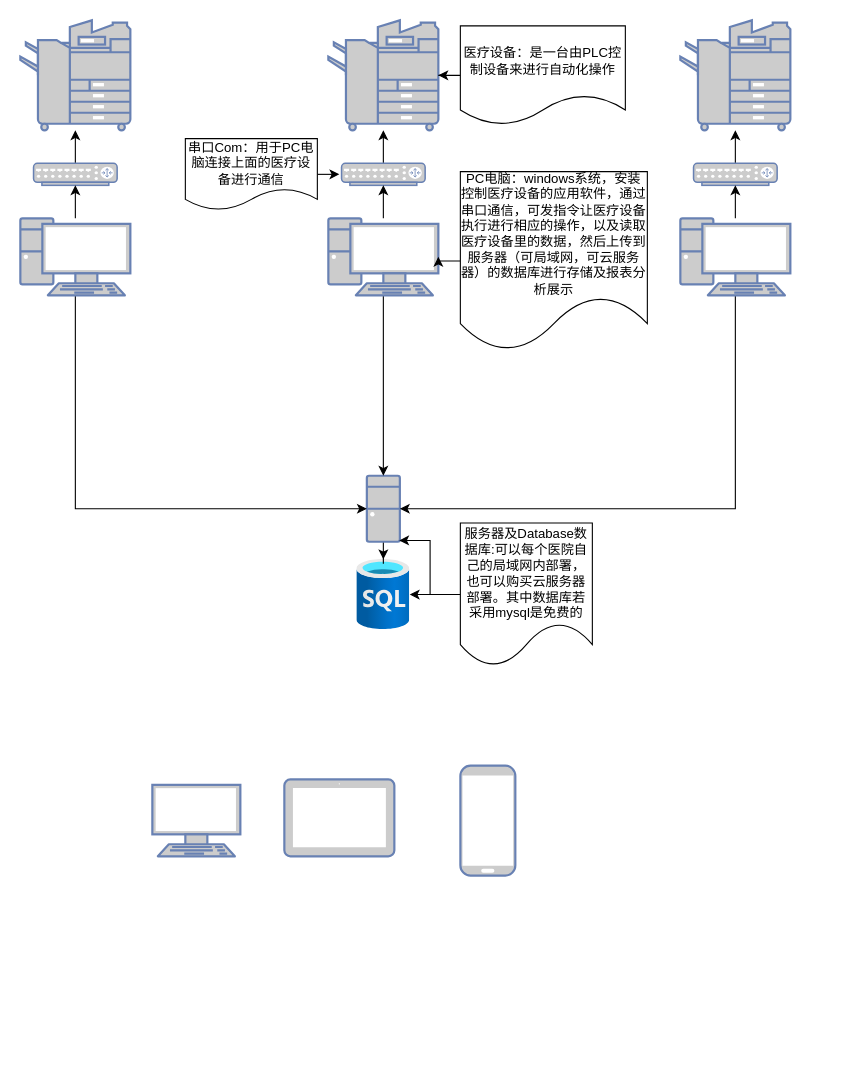
yangtech555/diagrams keeps this draw.io diagram as project/医疗器械系统.drawio. Above is the earlier version. Source tidied: cells renumbered, new cells numbered last; positions are measured from the earlier drawing's top-left corner, leaving out a move shared by most shapes. Both pictures are drawn from the tidied source at 110%, with x=0, y=0 at pixel (20, 20).
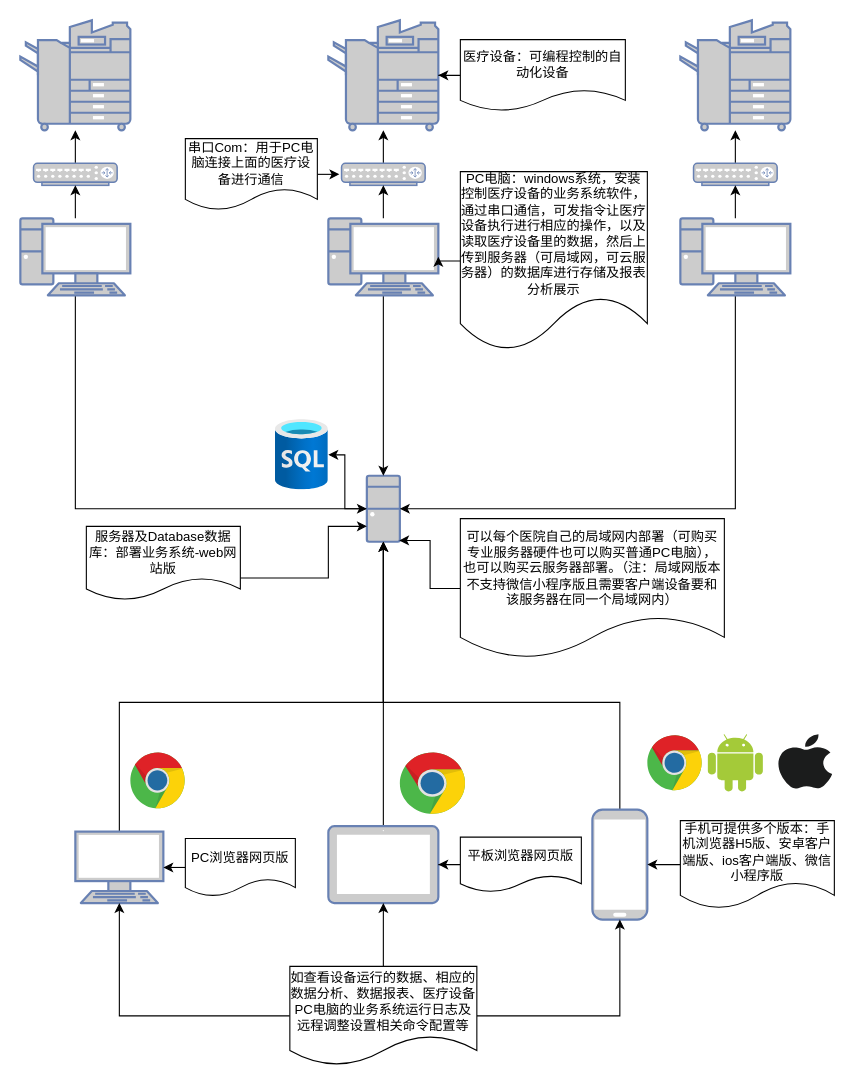
Above is the later version.

Commit message:
更新医疗器械系统.drawio

The change refers to these unchanged cells:
```xml
<mxCell id="7" style="fontColor=#0066CC;verticalAlign=top;verticalLabelPosition=bottom;labelPosition=center;align=center;html=1;outlineConnect=0;fillColor=#CCCCCC;strokeColor=#6881B3;gradientColor=none;gradientDirection=north;strokeWidth=2;shape=mxgraph.networks.desktop_pc;" parent="1" vertex="1">
  <mxGeometry x="315" y="414" width="30" height="60" as="geometry" />
</mxCell>
```

Diff of the diagram source:
```diff
@@
     <mxCell id="5" style="html=1;points=[];align=center;image;fontSize=12;image=img/lib/azure2/databases/SQL_Database.svg;" parent="1" vertex="1">
-      <mxGeometry x="306" y="490" width="48" height="64" as="geometry" />
+      <mxGeometry x="232" y="363" width="48" height="64" as="geometry" />
     </mxCell>
@@
-    <mxCell id="12" value="医疗设备：是一台由PLC控制设备来进行自动化操作" style="shape=document;whiteSpace=wrap;html=1;boundedLbl=1;" parent="1" vertex="1">
-      <mxGeometry x="400" y="5" width="150" height="90" as="geometry" />
+    <mxCell id="12" value="医疗设备：可编程控制的自动化设备" style="shape=document;whiteSpace=wrap;html=1;boundedLbl=1;" parent="1" vertex="1">
+      <mxGeometry x="400" y="17.5" width="150" height="65" as="geometry" />
     </mxCell>
@@
-    <mxCell id="16" value="PC电脑：windows系统，安装控制医疗设备的应用软件，通过串口通信，可发指令让医疗设备执行进行相应的操作，以及读取医疗设备里的数据，然后上传到服务器（可局域网，可云服务器）的数据库进行存储及报表分析展示" style="shape=document;whiteSpace=wrap;html=1;boundedLbl=1;" parent="1" vertex="1">
+    <mxCell id="16" value="PC电脑：windows系统，安装控制医疗设备的业务系统软件，通过串口通信，可发指令让医疗设备执行进行相应的操作，以及读取医疗设备里的数据，然后上传到服务器（可局域网，可云服务器）的数据库进行存储及报表分析展示" style="shape=document;whiteSpace=wrap;html=1;boundedLbl=1;" parent="1" vertex="1">
       <mxGeometry x="400" y="137.5" width="170" height="162.5" as="geometry" />
     </mxCell>
@@
-    <mxCell id="29" style="edgeStyle=orthogonalEdgeStyle;rounded=0;jettySize=auto;html=1;entryX=0.98;entryY=0.98;entryDx=0;entryDy=0;entryPerimeter=0;" parent="1" edge="1" source="31" target="7">
-      <mxGeometry relative="1" as="geometry" />
+    <mxCell id="29" style="edgeStyle=orthogonalEdgeStyle;rounded=0;jettySize=auto;html=1;" parent="1" edge="1" source="31" target="7">
+      <mxGeometry relative="1" as="geometry">
+        <Array as="points">
+          <mxPoint x="280" y="507" />
+          <mxPoint x="280" y="460" />
+        </Array>
+      </mxGeometry>
     </mxCell>
-    <mxCell id="30" style="edgeStyle=orthogonalEdgeStyle;rounded=0;jettySize=auto;html=1;" parent="1" edge="1" source="31" target="5">
-      <mxGeometry relative="1" as="geometry" />
-    </mxCell>
-    <mxCell id="31" value="服务器及Database数据库:可以每个医院自己的局域网内部署，也可以购买云服务器部署。其中数据库若采用mysql是免费的" style="shape=document;whiteSpace=wrap;html=1;boundedLbl=1;" parent="1" vertex="1">
-      <mxGeometry x="400" y="457" width="120" height="130" as="geometry" />
+    <mxCell id="31" value="服务器及Database数据库：部署业务系统-web网站版" style="shape=document;whiteSpace=wrap;html=1;boundedLbl=1;" parent="1" vertex="1">
+      <mxGeometry x="60" y="460" width="140" height="67" as="geometry" />
     </mxCell>
+    <mxCell id="35" style="edgeStyle=orthogonalEdgeStyle;rounded=0;jettySize=auto;html=1;entryX=0.5;entryY=1;entryDx=0;entryDy=0;entryPerimeter=0;exitX=0.5;exitY=0;exitDx=0;exitDy=0;exitPerimeter=0;" parent="1" edge="1" source="32" target="7">
+      <mxGeometry relative="1" as="geometry">
+        <Array as="points">
+          <mxPoint x="90" y="620" />
+          <mxPoint x="330" y="620" />
+        </Array>
+      </mxGeometry>
+    </mxCell>
     <mxCell id="32" style="fontColor=#0066CC;verticalAlign=top;verticalLabelPosition=bottom;labelPosition=center;align=center;html=1;outlineConnect=0;fillColor=#CCCCCC;strokeColor=#6881B3;gradientColor=none;gradientDirection=north;strokeWidth=2;shape=mxgraph.networks.terminal;" parent="1" vertex="1">
-      <mxGeometry x="120" y="695" width="80" height="65" as="geometry" />
+      <mxGeometry x="50" y="737.5" width="80" height="65" as="geometry" />
     </mxCell>
+    <mxCell id="36" style="edgeStyle=orthogonalEdgeStyle;rounded=0;jettySize=auto;html=1;entryX=0.5;entryY=1;entryDx=0;entryDy=0;entryPerimeter=0;exitX=0.5;exitY=0;exitDx=0;exitDy=0;exitPerimeter=0;" parent="1" edge="1" source="33" target="7">
+      <mxGeometry relative="1" as="geometry">
+        <Array as="points">
+          <mxPoint x="330" y="680" />
+          <mxPoint x="330" y="680" />
+        </Array>
+      </mxGeometry>
+    </mxCell>
     <mxCell id="33" style="fontColor=#0066CC;verticalAlign=top;verticalLabelPosition=bottom;labelPosition=center;align=center;html=1;outlineConnect=0;fillColor=#CCCCCC;strokeColor=#6881B3;gradientColor=none;gradientDirection=north;strokeWidth=2;shape=mxgraph.networks.tablet;" parent="1" vertex="1">
-      <mxGeometry x="240" y="690" width="100" height="70" as="geometry" />
+      <mxGeometry x="280" y="732.5" width="100" height="70" as="geometry" />
     </mxCell>
+    <mxCell id="37" style="edgeStyle=orthogonalEdgeStyle;rounded=0;jettySize=auto;html=1;entryX=0.5;entryY=1;entryDx=0;entryDy=0;entryPerimeter=0;exitX=0.5;exitY=0;exitDx=0;exitDy=0;exitPerimeter=0;" parent="1" edge="1" source="34" target="7">
+      <mxGeometry relative="1" as="geometry">
+        <Array as="points">
+          <mxPoint x="545" y="620" />
+          <mxPoint x="330" y="620" />
+        </Array>
+      </mxGeometry>
+    </mxCell>
     <mxCell id="34" style="fontColor=#0066CC;verticalAlign=top;verticalLabelPosition=bottom;labelPosition=center;align=center;html=1;outlineConnect=0;fillColor=#CCCCCC;strokeColor=#6881B3;gradientColor=none;gradientDirection=north;strokeWidth=2;shape=mxgraph.networks.mobile;" parent="1" vertex="1">
-      <mxGeometry x="400" y="677.5" width="50" height="100" as="geometry" />
+      <mxGeometry x="520" y="717.5" width="50" height="100" as="geometry" />
     </mxCell>
+    <mxCell id="38" style="edgeStyle=orthogonalEdgeStyle;rounded=0;jettySize=auto;html=1;entryX=0.98;entryY=0.98;entryDx=0;entryDy=0;entryPerimeter=0;" parent="1" edge="1" source="39" target="7">
+      <mxGeometry relative="1" as="geometry" />
+    </mxCell>
+    <mxCell id="39" value="&lt;span&gt;可以每个医院自己的局域网内部署（可购买专业服务器硬件也可以购买普通PC电脑），也可以购买云服务器部署。（注：局域网版本不支持微信小程序版且需要客户端设备要和该服务器在同一个局域网内）&lt;/span&gt;" style="shape=document;whiteSpace=wrap;html=1;boundedLbl=1;" parent="1" vertex="1">
+      <mxGeometry x="400" y="453" width="240" height="127" as="geometry" />
+    </mxCell>
+    <mxCell id="40" style="edgeStyle=orthogonalEdgeStyle;rounded=0;jettySize=auto;html=1;" parent="1" edge="1" source="41" target="32">
+      <mxGeometry relative="1" as="geometry" />
+    </mxCell>
+    <mxCell id="41" value="PC浏览器网页版" style="shape=document;whiteSpace=wrap;html=1;boundedLbl=1;" parent="1" vertex="1">
+      <mxGeometry x="150" y="743.8" width="100" height="52.5" as="geometry" />
+    </mxCell>
+    <mxCell id="42" style="edgeStyle=orthogonalEdgeStyle;rounded=0;jettySize=auto;html=1;entryX=0.5;entryY=1;entryDx=0;entryDy=0;entryPerimeter=0;" parent="1" edge="1" source="45" target="32">
+      <mxGeometry relative="1" as="geometry" />
+    </mxCell>
+    <mxCell id="43" style="edgeStyle=orthogonalEdgeStyle;rounded=0;jettySize=auto;html=1;" parent="1" edge="1" source="45" target="33">
+      <mxGeometry relative="1" as="geometry" />
+    </mxCell>
+    <mxCell id="44" style="edgeStyle=orthogonalEdgeStyle;rounded=0;jettySize=auto;html=1;entryX=0.5;entryY=1;entryDx=0;entryDy=0;entryPerimeter=0;" parent="1" edge="1" source="45" target="34">
+      <mxGeometry relative="1" as="geometry" />
+    </mxCell>
+    <mxCell id="45" value="&lt;span&gt;如查看设备运行的数据、相应的数据分析、数据报表、医疗设备PC电脑的业务系统运行日志及远程调整设置相关命令配置等&lt;/span&gt;" style="shape=document;whiteSpace=wrap;html=1;boundedLbl=1;" parent="1" vertex="1">
+      <mxGeometry x="245" y="860" width="170" height="90" as="geometry" />
+    </mxCell>
+    <mxCell id="46" style="edgeStyle=orthogonalEdgeStyle;rounded=0;jettySize=auto;html=1;" parent="1" edge="1" source="47" target="33">
+      <mxGeometry relative="1" as="geometry" />
+    </mxCell>
+    <mxCell id="47" value="平板浏览器网页版" style="shape=document;whiteSpace=wrap;html=1;boundedLbl=1;" parent="1" vertex="1">
+      <mxGeometry x="400" y="742.5" width="110" height="50" as="geometry" />
+    </mxCell>
+    <mxCell id="48" style="edgeStyle=orthogonalEdgeStyle;rounded=0;jettySize=auto;html=1;" parent="1" edge="1" source="49" target="34">
+      <mxGeometry relative="1" as="geometry" />
+    </mxCell>
+    <mxCell id="49" value="手机可提供多个版本：手机浏览器H5版、安卓客户端版、ios客户端版、微信小程序版" style="shape=document;whiteSpace=wrap;html=1;boundedLbl=1;" parent="1" vertex="1">
+      <mxGeometry x="600" y="727.5" width="140" height="80" as="geometry" />
+    </mxCell>
+    <mxCell id="50" style="dashed=0;html=1;align=center;labelPosition=center;verticalLabelPosition=bottom;verticalAlign=top;shape=mxgraph.weblogos.chrome;" parent="1" vertex="1">
+      <mxGeometry x="100" y="665.5" width="50" height="52" as="geometry" />
+    </mxCell>
+    <mxCell id="51" style="dashed=0;html=1;align=center;labelPosition=center;verticalLabelPosition=bottom;verticalAlign=top;shape=mxgraph.weblogos.chrome;" parent="1" vertex="1">
+      <mxGeometry x="345" y="665.5" width="60" height="57" as="geometry" />
+    </mxCell>
+    <mxCell id="52" style="dashed=0;html=1;align=center;labelPosition=center;verticalLabelPosition=bottom;verticalAlign=top;shape=mxgraph.weblogos.android;fillColor=#A4CA39;strokeColor=none;" parent="1" vertex="1">
+      <mxGeometry x="625" y="649" width="50" height="52" as="geometry" />
+    </mxCell>
+    <mxCell id="53" style="dashed=0;html=1;align=center;labelPosition=center;verticalLabelPosition=bottom;verticalAlign=top;shape=mxgraph.weblogos.chrome;" parent="1" vertex="1">
+      <mxGeometry x="570" y="650" width="50" height="51" as="geometry" />
+    </mxCell>
+    <mxCell id="54" style="dashed=0;html=1;align=center;labelPosition=center;verticalLabelPosition=bottom;verticalAlign=top;shape=mxgraph.weblogos.apple;fillColor=#1B1C1C;strokeColor=none;" parent="1" vertex="1">
+      <mxGeometry x="688" y="649" width="50" height="50" as="geometry" />
+    </mxCell>
```
